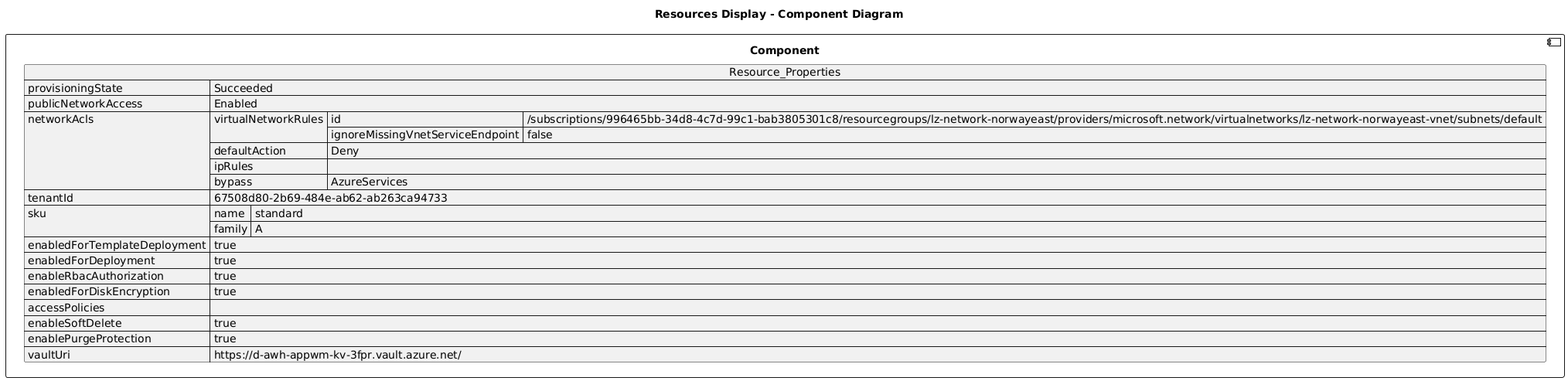
DanielAmpong/Test-Azure-architecture-diagram keeps this PlantUML diagram as diagrams/d_awh_appwm_kv_3fpr.png. Above is the earlier version.
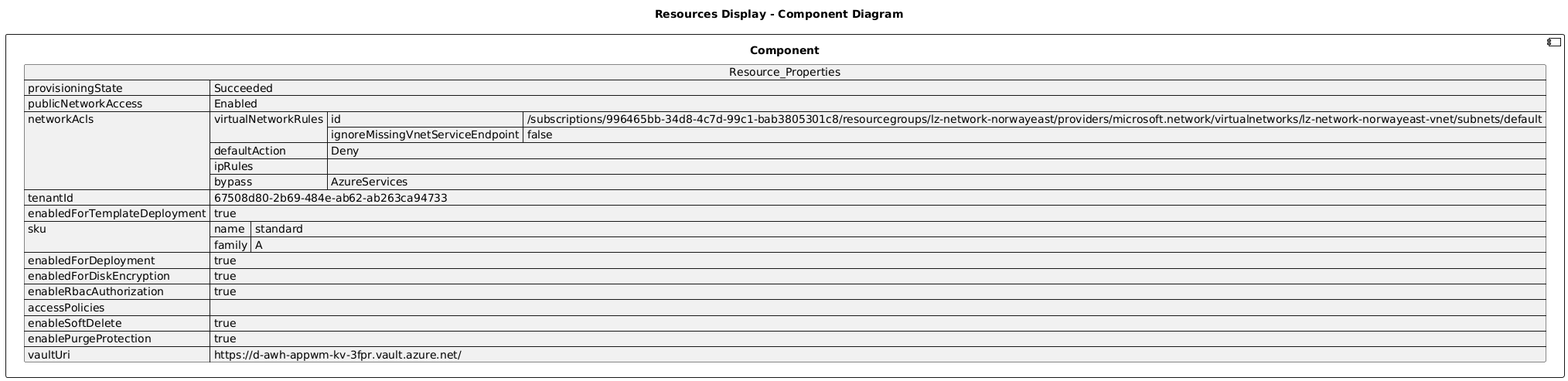
Later version of the same file.

Diff of the diagram source:
```diff
@@ -19,14 +19,14 @@
     "bypass": "AzureServices"
   },
   "tenantId": "67508d80-2b69-484e-ab62-ab263ca94733",
+  "enabledForTemplateDeployment": true,
   "sku": {
     "name": "standard",
     "family": "A"
   },
-  "enabledForTemplateDeployment": true,
   "enabledForDeployment": true,
+  "enabledForDiskEncryption": true,
   "enableRbacAuthorization": true,
-  "enabledForDiskEncryption": true,
   "accessPolicies": [],
   "enableSoftDelete": true,
   "enablePurgeProtection": true,
```
